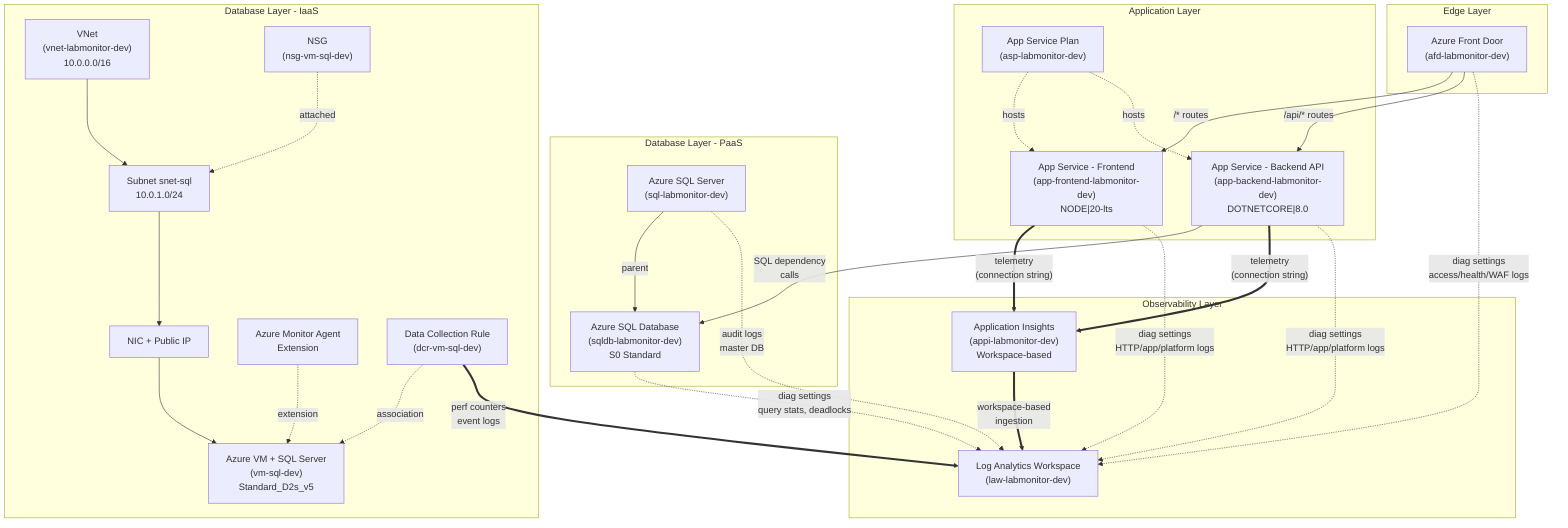
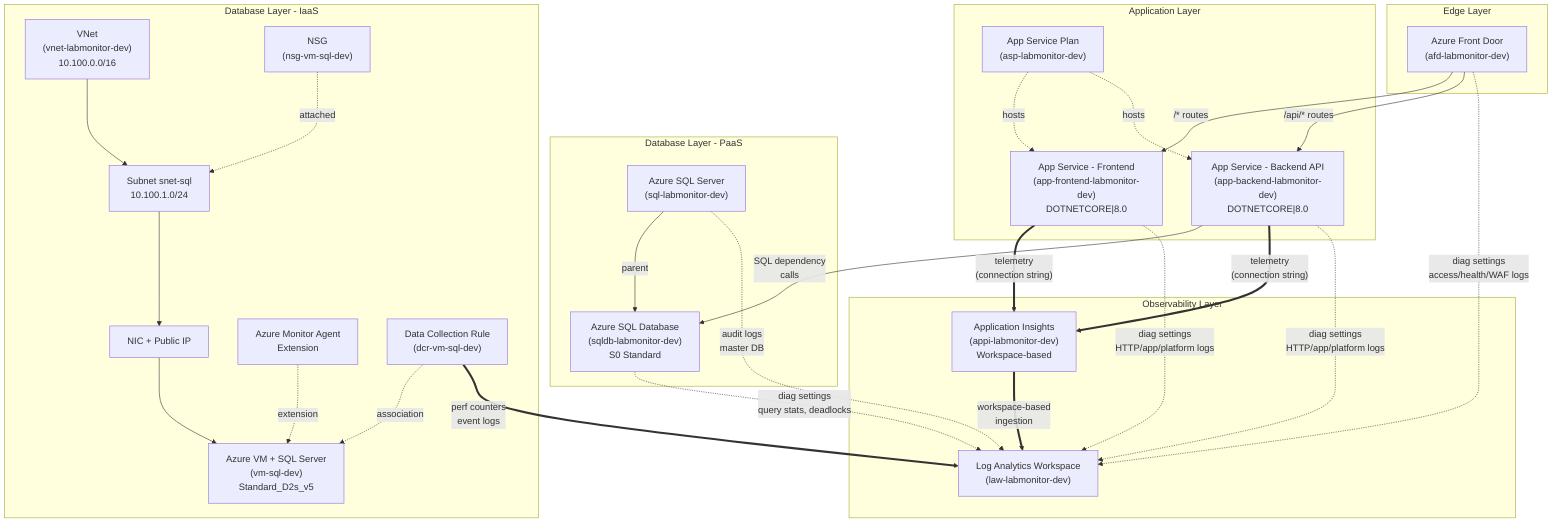
%% LAB Monitoring & Observability - Resource Topology & Dependencies
%% Solid arrows (-->) = traffic/data flow
%% Bold arrows (==>) = telemetry/observability data flow
%% Dashed arrows (-.->) = hosting/configuration relationships

flowchart TB
    subgraph EDGE["Edge Layer"]
        AFD["Azure Front Door\n(afd-labmonitor-dev)"]
    end

    subgraph APP["Application Layer"]
        ASP["App Service Plan\n(asp-labmonitor-dev)"]
-         FE["App Service - Frontend\n(app-frontend-labmonitor-dev)\nNODE|20-lts"]
+         FE["App Service - Frontend\n(app-frontend-labmonitor-dev)\nDOTNETCORE|8.0"]
        BE["App Service - Backend API\n(app-backend-labmonitor-dev)\nDOTNETCORE|8.0"]
    end

    subgraph DBPAAS["Database Layer - PaaS"]
        SQLS["Azure SQL Server\n(sql-labmonitor-dev)"]
        SQLDB["Azure SQL Database\n(sqldb-labmonitor-dev)\nS0 Standard"]
    end

    subgraph DBIAAS["Database Layer - IaaS"]
-         VNET["VNet\n(vnet-labmonitor-dev)\n10.0.0.0/16"]
-         SUBNET["Subnet snet-sql\n10.0.1.0/24"]
+         VNET["VNet\n(vnet-labmonitor-dev)\n10.100.0.0/16"]
+         SUBNET["Subnet snet-sql\n10.100.1.0/24"]
        NSG["NSG\n(nsg-vm-sql-dev)"]
        NIC["NIC + Public IP"]
        VM["Azure VM + SQL Server\n(vm-sql-dev)\nStandard_D2s_v5"]
        AMA["Azure Monitor Agent\nExtension"]
        DCR["Data Collection Rule\n(dcr-vm-sql-dev)"]
    end

    subgraph OBS["Observability Layer"]
        LAW["Log Analytics Workspace\n(law-labmonitor-dev)"]
        APPI["Application Insights\n(appi-labmonitor-dev)\nWorkspace-based"]
    end

    %% Edge to App routing
    AFD -->|"/* routes"| FE
    AFD -->|"/api/* routes"| BE

    %% App Service hosting
    ASP -.->|hosts| FE
    ASP -.->|hosts| BE

    %% Backend to SQL dependency
    BE -->|"SQL dependency\ncalls"| SQLDB

    %% SQL hierarchy
    SQLS -->|parent| SQLDB

    %% VM networking chain
    VNET --> SUBNET
    NSG -.->|attached| SUBNET
    SUBNET --> NIC
    NIC --> VM
    AMA -.->|extension| VM
    DCR -.->|association| VM

    %% Telemetry flows to Application Insights
    FE ==>|"telemetry\n(connection string)"| APPI
    BE ==>|"telemetry\n(connection string)"| APPI

    %% Application Insights backed by Log Analytics
    APPI ==>|"workspace-based\ningestion"| LAW

    %% Diagnostic settings to Log Analytics
    FE -.->|"diag settings\nHTTP/app/platform logs"| LAW
    BE -.->|"diag settings\nHTTP/app/platform logs"| LAW
    SQLDB -.->|"diag settings\nquery stats, deadlocks"| LAW
    SQLS -.->|"audit logs\nmaster DB"| LAW
    AFD -.->|"diag settings\naccess/health/WAF logs"| LAW
    DCR ==>|"perf counters\nevent logs"| LAW
